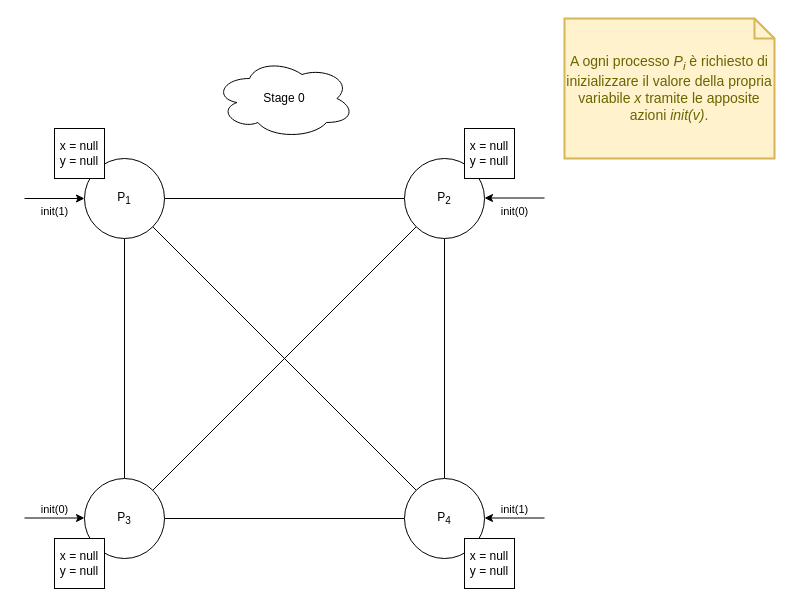
stefa168/seminario_mcad keeps this draw.io diagram as page "Passo 1 (inizializzazione)" (3 of 13) of src/simulazione/simulazione.drawio. Above is the earlier version. Source tidied: cells renumbered, new cells numbered last; positions are measured from the earlier drawing's top-left corner, leaving out a move shared by most shapes. Both pictures are drawn from the tidied source at 100%, with x=0, y=0 at pixel (24, 18).
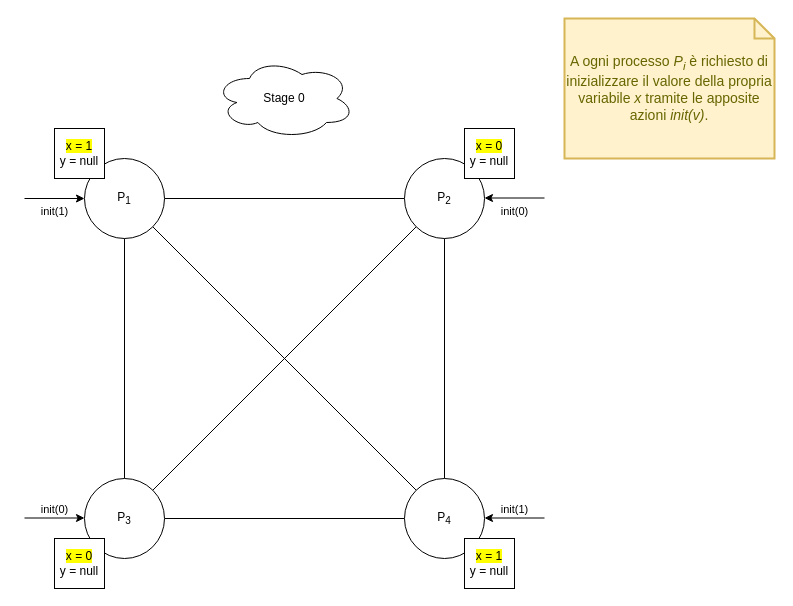
The same page after the edit.

The edit, as a diff of the source:
```diff
@@
-    <mxCell id="12" value="x = null&lt;br&gt;y = null" style="whiteSpace=wrap;html=1;" parent="1" vertex="1">
+    <mxCell id="12" value="&lt;span style=&quot;background-color: rgb(255 , 255 , 0)&quot;&gt;x = 1&lt;/span&gt;&lt;br&gt;y = null" style="whiteSpace=wrap;html=1;" parent="1" vertex="1">
       <mxGeometry x="30" y="110" width="50" height="50" as="geometry" />
     </mxCell>
-    <mxCell id="13" value="x = null&lt;br&gt;y = null" style="whiteSpace=wrap;html=1;" parent="1" vertex="1">
+    <mxCell id="13" value="&lt;span style=&quot;background-color: rgb(255 , 255 , 0)&quot;&gt;x = 0&lt;/span&gt;&lt;br&gt;y = null" style="whiteSpace=wrap;html=1;" parent="1" vertex="1">
       <mxGeometry x="440" y="110" width="50" height="50" as="geometry" />
     </mxCell>
-    <mxCell id="14" value="x = null&lt;br&gt;y = null" style="whiteSpace=wrap;html=1;" parent="1" vertex="1">
+    <mxCell id="14" value="&lt;span style=&quot;background-color: rgb(255 , 255 , 0)&quot;&gt;x = 1&lt;br&gt;&lt;/span&gt;y = null" style="whiteSpace=wrap;html=1;" parent="1" vertex="1">
       <mxGeometry x="440" y="520" width="50" height="50" as="geometry" />
     </mxCell>
-    <mxCell id="15" value="x = null&lt;br&gt;y = null" style="whiteSpace=wrap;html=1;" parent="1" vertex="1">
+    <mxCell id="15" value="&lt;span style=&quot;background-color: rgb(255 , 255 , 0)&quot;&gt;x = 0&lt;/span&gt;&lt;br&gt;y = null" style="whiteSpace=wrap;html=1;" parent="1" vertex="1">
       <mxGeometry x="30" y="520" width="50" height="50" as="geometry" />
     </mxCell>
```
